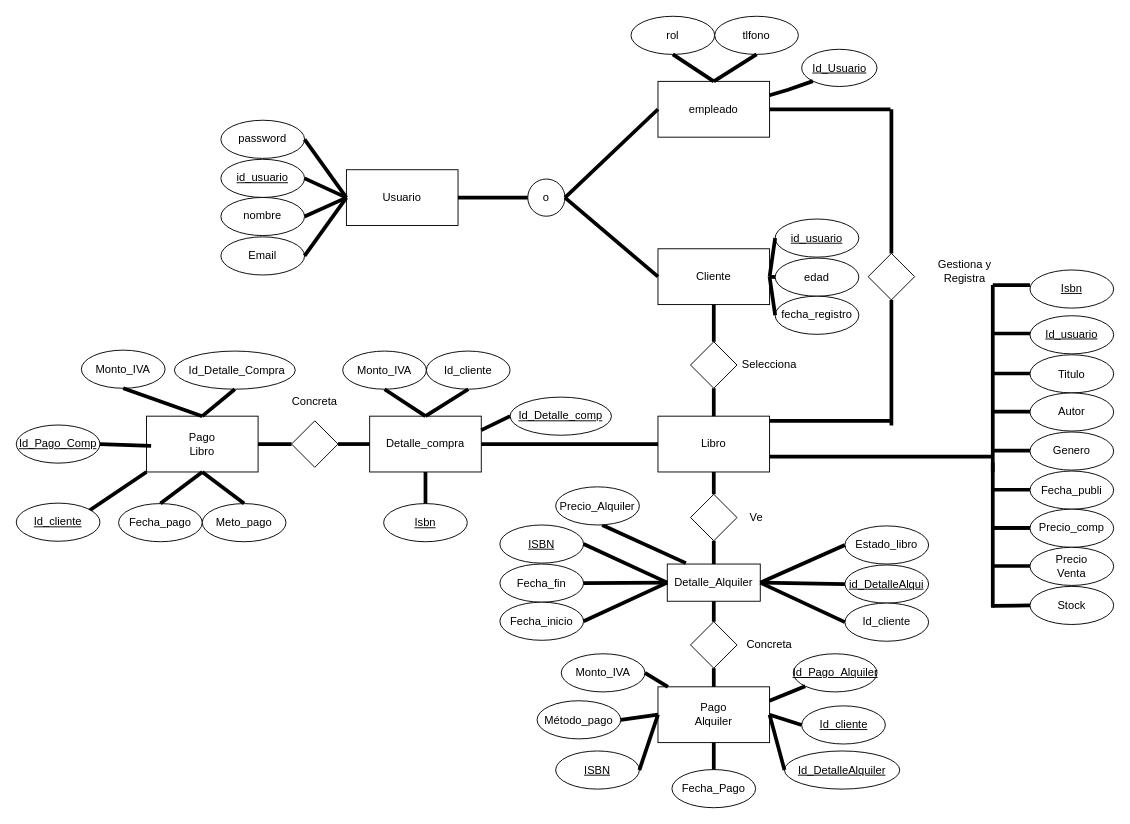
Earlier version of the draw.io diagram Bases de Datos/Diagrama_E_R.drawio (UserUnknown27/ProyectoFinDeCursoGrupo5). Source tidied: cells renumbered, new cells numbered last; positions are measured from the earlier drawing's top-left corner, leaving out a move shared by most shapes. Both pictures are drawn from the tidied source at 93%, with x=0, y=0 at pixel (16, 16).
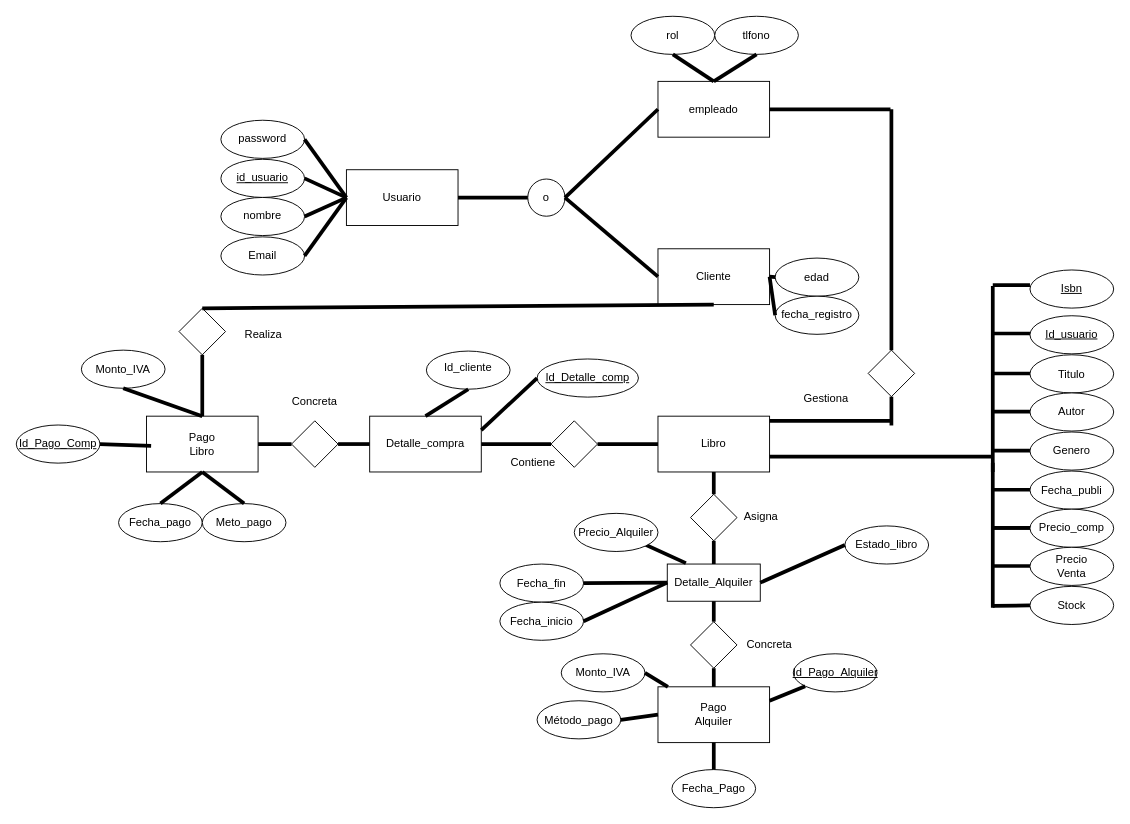
The same page after the edit.

Commit message:
Mejoras realizadas en el diagrama: E-R

The change refers to these unchanged cells:
```xml
<mxCell id="2" style="rounded=0;whiteSpace=wrap;html=1;" parent="1" vertex="1">
  <mxGeometry x="380" y="430" width="120" height="60" as="geometry" />
</mxCell>
<mxCell id="4" style="rounded=0;whiteSpace=wrap;html=1;" parent="1" vertex="1">
  <mxGeometry x="690" y="250" width="120" height="60" as="geometry" />
</mxCell>
<mxCell id="5" style="rounded=0;whiteSpace=wrap;html=1;" parent="1" vertex="1">
  <mxGeometry x="140" y="430" width="120" height="60" as="geometry" />
</mxCell>
<mxCell id="6" style="rounded=0;whiteSpace=wrap;html=1;" parent="1" vertex="1">
  <mxGeometry x="690" y="70" width="120" height="60" as="geometry" />
</mxCell>
<mxCell id="7" style="rounded=0;whiteSpace=wrap;html=1;" parent="1" vertex="1">
  <mxGeometry x="690" y="430" width="120" height="60" as="geometry" />
</mxCell>
<mxCell id="8" style="rounded=0;whiteSpace=wrap;html=1;" parent="1" vertex="1">
  <mxGeometry x="690" y="721" width="120" height="60" as="geometry" />
</mxCell>
<mxCell id="9" style="rounded=0;whiteSpace=wrap;html=1;" parent="1" vertex="1">
  <mxGeometry x="700" y="589" width="100" height="40" as="geometry" />
</mxCell>
```

What changed in the source:
```diff
@@
     <mxCell id="12" style="rhombus;whiteSpace=wrap;html=1;" parent="1" vertex="1">
-      <mxGeometry x="916" y="255" width="50" height="50" as="geometry" />
+      <mxGeometry x="916" y="359" width="50" height="50" as="geometry" />
     </mxCell>
     <mxCell id="13" style="rhombus;whiteSpace=wrap;html=1;" parent="1" vertex="1">
-      <mxGeometry x="725" y="350" width="50" height="50" as="geometry" />
+      <mxGeometry x="175" y="314" width="50" height="50" as="geometry" />
     </mxCell>
@@
-    <mxCell id="19" style="endArrow=none;html=1;rounded=0;entryX=0.5;entryY=1;entryDx=0;entryDy=0;strokeWidth=4;exitX=0.5;exitY=0;exitDx=0;exitDy=0;" parent="1" edge="1" source="7" target="13">
-      <mxGeometry relative="1" as="geometry" />
+    <mxCell id="19" style="endArrow=none;html=1;rounded=0;entryX=0.5;entryY=1;entryDx=0;entryDy=0;strokeWidth=4;" parent="1" edge="1" target="13">
+      <mxGeometry relative="1" as="geometry">
+        <mxPoint x="200" y="430" as="sourcePoint" />
+      </mxGeometry>
     </mxCell>
@@
-    <mxCell id="28" style="endArrow=none;html=1;rounded=0;entryX=1;entryY=0.5;entryDx=0;entryDy=0;strokeWidth=4;exitX=0;exitY=0.5;exitDx=0;exitDy=0;" parent="1" edge="1" source="7" target="2">
+    <mxCell id="28" style="endArrow=none;html=1;rounded=0;entryX=1;entryY=0.5;entryDx=0;entryDy=0;strokeWidth=4;exitX=0;exitY=0.5;exitDx=0;exitDy=0;" parent="1" edge="1" source="173" target="2">
       <mxGeometry relative="1" as="geometry" />
     </mxCell>
@@
-    <mxCell id="32" value="&lt;u&gt;Id_cliente&lt;/u&gt;" style="ellipse;whiteSpace=wrap;html=1;" parent="1" vertex="1">
-      <mxGeometry x="844.5" y="741.5" width="90" height="41" as="geometry" />
-    </mxCell>
-    <mxCell id="33" style="ellipse;whiteSpace=wrap;html=1;" parent="1" vertex="1">
-      <mxGeometry x="826" y="790" width="124" height="41" as="geometry" />
-    </mxCell>
@@
-    <mxCell id="35" style="ellipse;whiteSpace=wrap;html=1;" parent="1" vertex="1">
-      <mxGeometry x="580" y="790" width="90" height="41" as="geometry" />
-    </mxCell>
@@
-    <mxCell id="38" value="&lt;u&gt;Id_DetalleAlquiler&lt;/u&gt;" style="text;html=1;whiteSpace=wrap;strokeColor=none;fillColor=none;align=center;verticalAlign=middle;rounded=0;" parent="1" vertex="1">
-      <mxGeometry x="858" y="795.5" width="60" height="30" as="geometry" />
-    </mxCell>
@@
-    <mxCell id="40" value="&lt;u&gt;ISBN&lt;/u&gt;" style="text;html=1;whiteSpace=wrap;strokeColor=none;fillColor=none;align=center;verticalAlign=middle;rounded=0;" parent="1" vertex="1">
-      <mxGeometry x="595" y="795.5" width="60" height="30" as="geometry" />
-    </mxCell>
@@
-    <mxCell id="44" style="ellipse;whiteSpace=wrap;html=1;" parent="1" vertex="1">
-      <mxGeometry x="891" y="590" width="90" height="41" as="geometry" />
-    </mxCell>
-    <mxCell id="45" style="ellipse;whiteSpace=wrap;html=1;" parent="1" vertex="1">
-      <mxGeometry x="891" y="631" width="90" height="41" as="geometry" />
-    </mxCell>
-    <mxCell id="46" style="ellipse;whiteSpace=wrap;html=1;" parent="1" vertex="1">
-      <mxGeometry x="520" y="547" width="90" height="41" as="geometry" />
-    </mxCell>
@@
-    <mxCell id="49" value="&lt;u&gt;ISBN&lt;/u&gt;" style="text;html=1;whiteSpace=wrap;strokeColor=none;fillColor=none;align=center;verticalAlign=middle;rounded=0;" parent="1" vertex="1">
-      <mxGeometry x="535" y="552.5" width="60" height="30" as="geometry" />
-    </mxCell>
@@
-    <mxCell id="55" value="&lt;u&gt;id_DetalleAlqui&lt;/u&gt;" style="text;html=1;whiteSpace=wrap;strokeColor=none;fillColor=none;align=center;verticalAlign=middle;rounded=0;" parent="1" vertex="1">
-      <mxGeometry x="906" y="595.5" width="60" height="30" as="geometry" />
-    </mxCell>
-    <mxCell id="56" value="Id_cliente" style="text;html=1;whiteSpace=wrap;strokeColor=none;fillColor=none;align=center;verticalAlign=middle;rounded=0;" parent="1" vertex="1">
-      <mxGeometry x="906" y="635.5" width="60" height="30" as="geometry" />
-    </mxCell>
-    <mxCell id="57" value="Ve" style="text;html=1;whiteSpace=wrap;strokeColor=none;fillColor=none;align=center;verticalAlign=middle;rounded=0;" parent="1" vertex="1">
-      <mxGeometry x="766" y="524" width="60" height="30" as="geometry" />
+    <mxCell id="57" value="Asigna" style="text;html=1;whiteSpace=wrap;strokeColor=none;fillColor=none;align=center;verticalAlign=middle;rounded=0;" parent="1" vertex="1">
+      <mxGeometry x="771" y="522.5" width="60" height="30" as="geometry" />
     </mxCell>
-    <mxCell id="58" value="Gestiona y Registra" style="text;html=1;whiteSpace=wrap;strokeColor=none;fillColor=none;align=center;verticalAlign=middle;rounded=0;" parent="1" vertex="1">
-      <mxGeometry x="990" y="259" width="60" height="30" as="geometry" />
-    </mxCell>
-    <mxCell id="59" style="ellipse;whiteSpace=wrap;html=1;" parent="1" vertex="1">
-      <mxGeometry x="816" y="218" width="90" height="41" as="geometry" />
-    </mxCell>
@@
-    <mxCell id="62" value="&lt;u&gt;id_usuario&lt;/u&gt;" style="text;html=1;whiteSpace=wrap;strokeColor=none;fillColor=none;align=center;verticalAlign=middle;rounded=0;" parent="1" vertex="1">
-      <mxGeometry x="831" y="223.5" width="60" height="30" as="geometry" />
-    </mxCell>
@@
-    <mxCell id="71" value="Selecciona" style="text;html=1;whiteSpace=wrap;strokeColor=none;fillColor=none;align=center;verticalAlign=middle;rounded=0;" parent="1" vertex="1">
-      <mxGeometry x="780" y="360" width="60" height="30" as="geometry" />
+    <mxCell id="71" value="Realiza" style="text;html=1;whiteSpace=wrap;strokeColor=none;fillColor=none;align=center;verticalAlign=middle;rounded=0;" parent="1" vertex="1">
+      <mxGeometry x="236" y="326.5" width="60" height="30" as="geometry" />
     </mxCell>
@@
-    <mxCell id="87" style="ellipse;whiteSpace=wrap;html=1;" parent="1" vertex="1">
-      <mxGeometry x="351" y="360" width="90" height="41" as="geometry" />
-    </mxCell>
-    <mxCell id="88" value="Monto_IVA" style="text;html=1;whiteSpace=wrap;strokeColor=none;fillColor=none;align=center;verticalAlign=middle;rounded=0;" parent="1" vertex="1">
-      <mxGeometry x="366" y="365.5" width="60" height="30" as="geometry" />
-    </mxCell>
@@
     <mxCell id="90" value="Id_cliente" style="text;html=1;whiteSpace=wrap;strokeColor=none;fillColor=none;align=center;verticalAlign=middle;rounded=0;" parent="1" vertex="1">
-      <mxGeometry x="456" y="365.5" width="60" height="30" as="geometry" />
+      <mxGeometry x="456" y="363" width="60" height="30" as="geometry" />
     </mxCell>
-    <mxCell id="91" style="ellipse;whiteSpace=wrap;html=1;" parent="1" vertex="1">
-      <mxGeometry x="395" y="524" width="90" height="41" as="geometry" />
-    </mxCell>
-    <mxCell id="92" value="&lt;u&gt;Isbn&lt;/u&gt;" style="text;html=1;whiteSpace=wrap;strokeColor=none;fillColor=none;align=center;verticalAlign=middle;rounded=0;" parent="1" vertex="1">
-      <mxGeometry x="410" y="529.5" width="60" height="30" as="geometry" />
-    </mxCell>
@@
-    <mxCell id="94" style="ellipse;whiteSpace=wrap;html=1;" parent="1" vertex="1">
-      <mxGeometry x="170" y="360" width="130" height="41" as="geometry" />
-    </mxCell>
-    <mxCell id="95" value="Id_Detalle_Compra" style="text;html=1;whiteSpace=wrap;strokeColor=none;fillColor=none;align=center;verticalAlign=middle;rounded=0;" parent="1" vertex="1">
-      <mxGeometry x="175" y="365.5" width="125" height="30" as="geometry" />
-    </mxCell>
@@
-    <mxCell id="105" style="endArrow=none;html=1;rounded=0;entryX=0.5;entryY=1;entryDx=0;entryDy=0;strokeWidth=4;exitX=0.5;exitY=0;exitDx=0;exitDy=0;" parent="1" edge="1" source="5" target="94">
-      <mxGeometry relative="1" as="geometry" />
-    </mxCell>
-    <mxCell id="106" style="endArrow=none;html=1;rounded=0;entryX=0.5;entryY=1;entryDx=0;entryDy=0;strokeWidth=4;exitX=0.5;exitY=0;exitDx=0;exitDy=0;" parent="1" edge="1" source="2" target="87">
-      <mxGeometry relative="1" as="geometry" />
-    </mxCell>
@@
-    <mxCell id="110" style="endArrow=none;html=1;rounded=0;entryX=0.5;entryY=1;entryDx=0;entryDy=0;strokeWidth=4;exitX=0.5;exitY=0;exitDx=0;exitDy=0;" parent="1" edge="1" source="91" target="2">
-      <mxGeometry relative="1" as="geometry" />
-    </mxCell>
-    <mxCell id="111" style="endArrow=none;html=1;rounded=0;entryX=1;entryY=0.5;entryDx=0;entryDy=0;strokeWidth=4;exitX=0;exitY=0.5;exitDx=0;exitDy=0;" parent="1" edge="1" source="9" target="46">
-      <mxGeometry relative="1" as="geometry" />
-    </mxCell>
@@
-    <mxCell id="115" style="endArrow=none;html=1;rounded=0;entryX=1;entryY=0.5;entryDx=0;entryDy=0;strokeWidth=4;exitX=0;exitY=0.5;exitDx=0;exitDy=0;" parent="1" edge="1" source="44" target="9">
-      <mxGeometry relative="1" as="geometry" />
-    </mxCell>
-    <mxCell id="116" style="endArrow=none;html=1;rounded=0;entryX=1;entryY=0.5;entryDx=0;entryDy=0;strokeWidth=4;exitX=0;exitY=0.5;exitDx=0;exitDy=0;" parent="1" edge="1" source="45" target="9">
-      <mxGeometry relative="1" as="geometry" />
-    </mxCell>
@@
-    <mxCell id="118" style="endArrow=none;html=1;rounded=0;entryX=1;entryY=0.5;entryDx=0;entryDy=0;strokeWidth=4;exitX=0;exitY=0.5;exitDx=0;exitDy=0;" parent="1" edge="1" source="8" target="35">
-      <mxGeometry relative="1" as="geometry" />
-    </mxCell>
@@
-    <mxCell id="120" style="endArrow=none;html=1;rounded=0;entryX=1;entryY=0.5;entryDx=0;entryDy=0;strokeWidth=4;exitX=0;exitY=0.5;exitDx=0;exitDy=0;" parent="1" edge="1" source="33" target="8">
-      <mxGeometry relative="1" as="geometry" />
-    </mxCell>
-    <mxCell id="121" style="endArrow=none;html=1;rounded=0;entryX=1;entryY=0.5;entryDx=0;entryDy=0;strokeWidth=4;exitX=0;exitY=0.5;exitDx=0;exitDy=0;" parent="1" edge="1" source="32" target="8">
-      <mxGeometry relative="1" as="geometry" />
-    </mxCell>
-    <mxCell id="122" style="endArrow=none;html=1;rounded=0;entryX=0;entryY=0.5;entryDx=0;entryDy=0;strokeWidth=4;exitX=1;exitY=0.5;exitDx=0;exitDy=0;" parent="1" edge="1" source="4" target="59">
-      <mxGeometry relative="1" as="geometry" />
-    </mxCell>
@@
-    <mxCell id="142" style="endArrow=none;html=1;rounded=0;strokeWidth=4;exitX=1;exitY=1;exitDx=0;exitDy=0;" parent="1" edge="1" source="58">
+    <mxCell id="142" style="endArrow=none;html=1;rounded=0;strokeWidth=4;exitX=1;exitY=1;exitDx=0;exitDy=0;" parent="1" edge="1">
       <mxGeometry relative="1" as="geometry">
+        <mxPoint x="1050" y="290" as="sourcePoint" />
         <mxPoint x="1050" y="490" as="targetPoint" />
       </mxGeometry>
     </mxCell>
@@
     <mxCell id="155" value="&lt;u&gt;Id_Detalle_comp&lt;/u&gt;" style="ellipse;whiteSpace=wrap;html=1;" parent="1" vertex="1">
-      <mxGeometry x="531" y="409.5" width="109" height="41" as="geometry" />
+      <mxGeometry x="560" y="368.5" width="109" height="41" as="geometry" />
     </mxCell>
@@
-    <mxCell id="157" value="&lt;u&gt;Id_Usuario&lt;/u&gt;" style="ellipse;whiteSpace=wrap;html=1;" parent="1" vertex="1">
-      <mxGeometry x="844.5" y="35.5" width="81" height="40" as="geometry" />
-    </mxCell>
-    <mxCell id="158" style="endArrow=none;html=1;rounded=0;exitX=0;exitY=1;exitDx=0;exitDy=0;entryX=1;entryY=0.25;entryDx=0;entryDy=0;strokeWidth=4;" parent="1" edge="1" source="157" target="6">
-      <mxGeometry relative="1" as="geometry">
-        <Array as="points">
-          <mxPoint x="830" y="79" />
-        </Array>
-      </mxGeometry>
-    </mxCell>
@@
     <mxCell id="163" value="Precio_Alquiler" style="ellipse;whiteSpace=wrap;html=1;" parent="1" vertex="1">
-      <mxGeometry x="580" y="506" width="90" height="41" as="geometry" />
+      <mxGeometry x="600" y="534.5" width="90" height="41" as="geometry" />
     </mxCell>
@@
-    <mxCell id="168" style="endArrow=none;html=1;rounded=0;strokeWidth=4;exitX=0;exitY=1;exitDx=0;exitDy=0;" parent="1" edge="1" source="5">
-      <mxGeometry relative="1" as="geometry">
-        <mxPoint x="60" y="544" as="targetPoint" />
-      </mxGeometry>
-    </mxCell>
-    <mxCell id="169" value="&lt;u&gt;Id_cliente&lt;/u&gt;" style="ellipse;whiteSpace=wrap;html=1;" parent="1" vertex="1">
-      <mxGeometry y="523.5" width="90" height="41" as="geometry" />
-    </mxCell>
+    <mxCell id="170" style="edgeStyle=orthogonalEdgeStyle;rounded=0;orthogonalLoop=1;jettySize=auto;html=1;exitX=0.5;exitY=1;exitDx=0;exitDy=0;" parent="1" edge="1" source="71" target="71">
+      <mxGeometry relative="1" as="geometry" />
+    </mxCell>
+    <mxCell id="171" value="Gestiona" style="text;html=1;whiteSpace=wrap;strokeColor=none;fillColor=none;align=center;verticalAlign=middle;rounded=0;" parent="1" vertex="1">
+      <mxGeometry x="841" y="395.5" width="60" height="30" as="geometry" />
+    </mxCell>
+    <mxCell id="172" style="endArrow=none;html=1;rounded=0;entryX=1;entryY=0.5;entryDx=0;entryDy=0;strokeWidth=4;exitX=0;exitY=0.5;exitDx=0;exitDy=0;" parent="1" edge="1" source="7" target="173">
+      <mxGeometry relative="1" as="geometry" />
+    </mxCell>
+    <mxCell id="173" style="rhombus;whiteSpace=wrap;html=1;" parent="1" vertex="1">
+      <mxGeometry x="575" y="435" width="50" height="50" as="geometry" />
+    </mxCell>
+    <mxCell id="174" value="Contiene" style="text;html=1;whiteSpace=wrap;strokeColor=none;fillColor=none;align=center;verticalAlign=middle;rounded=0;" parent="1" vertex="1">
+      <mxGeometry x="526" y="464.5" width="60" height="30" as="geometry" />
+    </mxCell>
```
